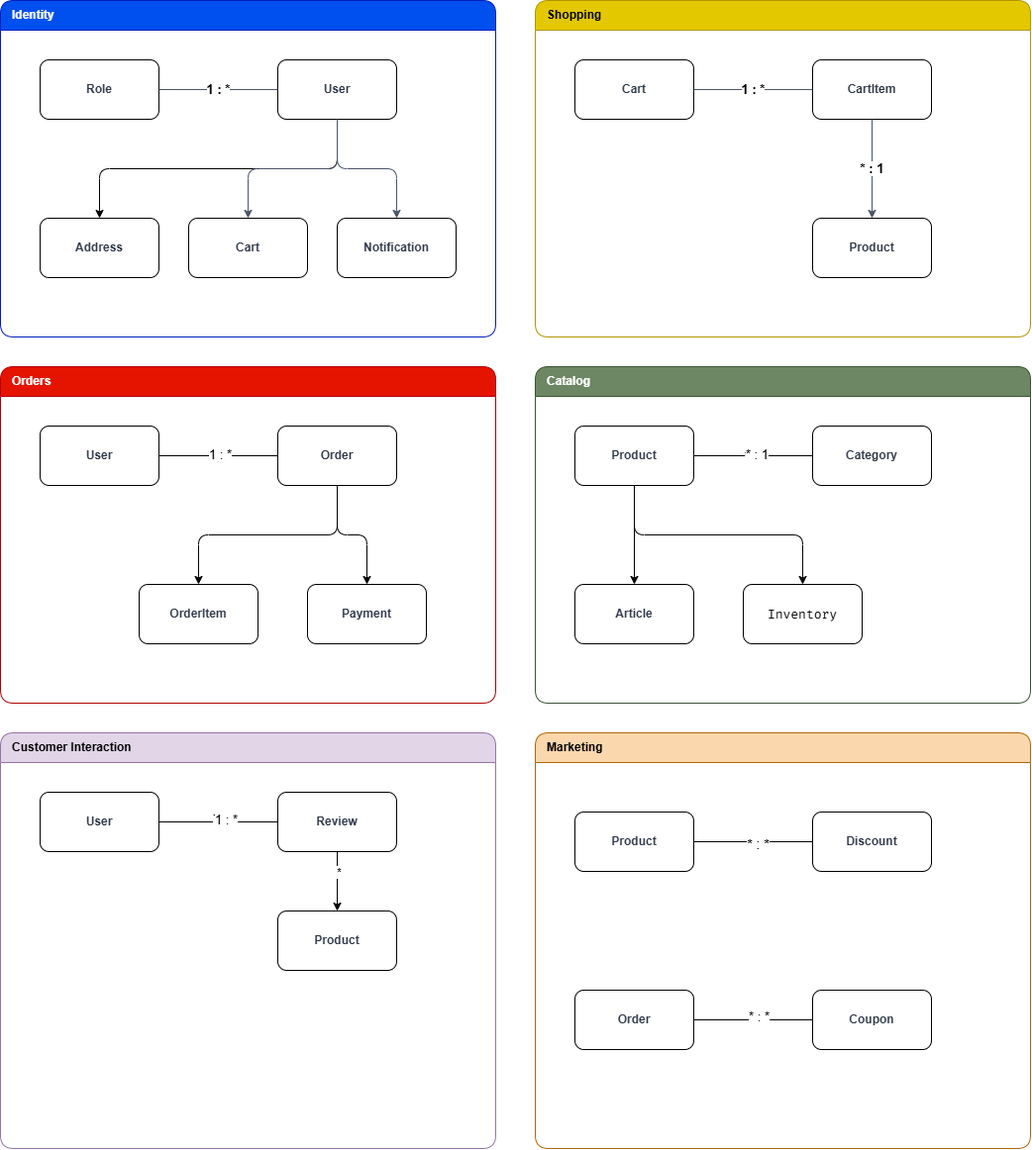
mahmoodCod/coffee-marketplace-api keeps this draw.io diagram as docs/domain/diagrams/domain-diagram.png. Above is the earlier version. Source tidied: cells renumbered, new cells last; positions are measured from the earlier drawing's top-left corner, leaving out a move shared by most shapes.
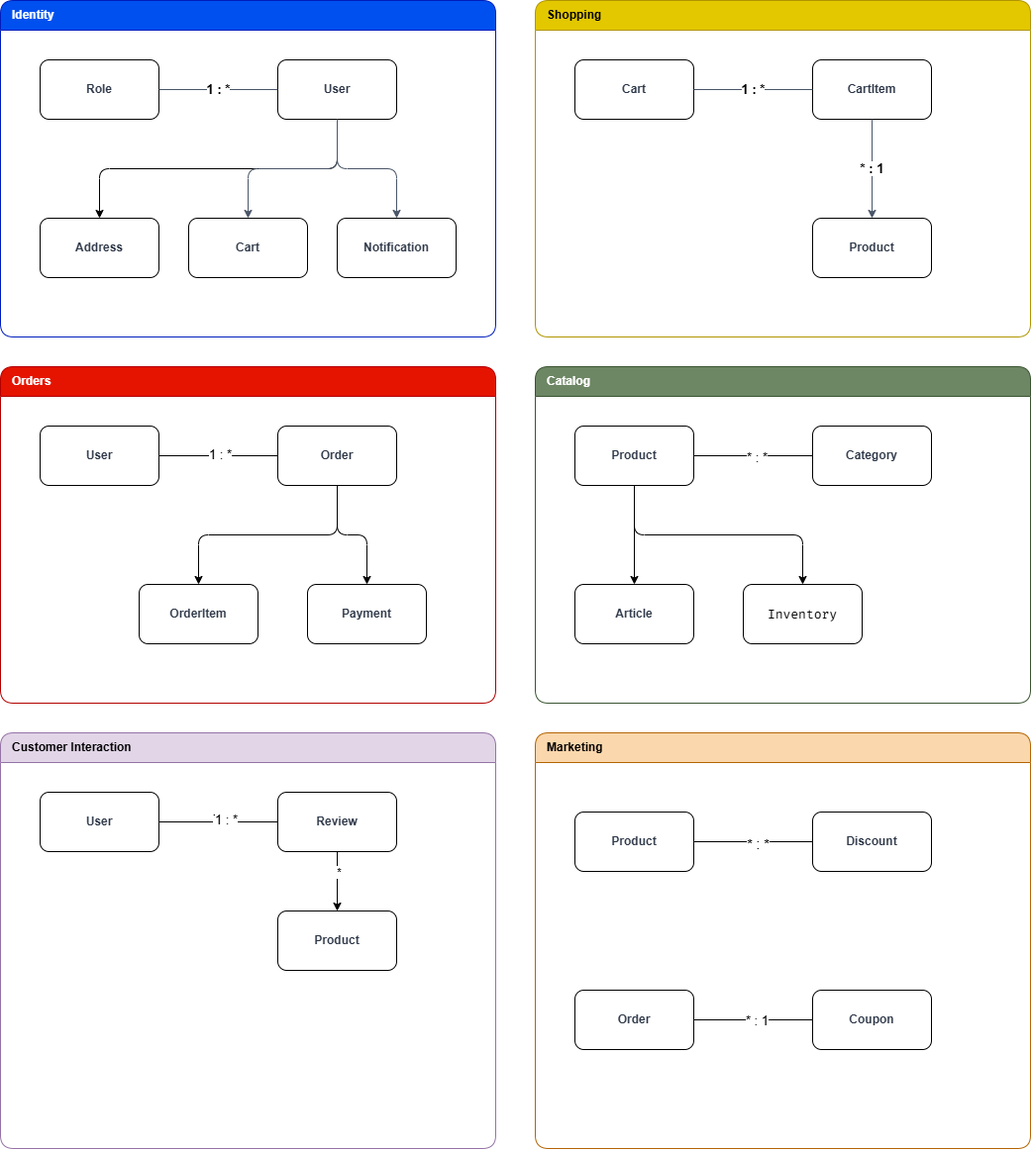
Later version of the same file.

Commit message:
docs(domain): fill missing relationships and allow multiple carts

Document Inventory, Article, and Coupon relationships so every catalogued
entity has an explicit association rule, and change User–Cart cardinality
to many carts to support active versus historical baskets.

Refresh the domain diagram to match the updated relationship model.

Diff of the diagram source:
```diff
@@ -74,12 +74,9 @@
     <mxCell id="25" style="edgeStyle=orthogonalEdgeStyle;rounded=0;jettySize=auto;html=1;exitX=1;exitY=0.5;exitDx=0;exitDy=0;entryX=0;entryY=0.5;entryDx=0;entryDy=0;endArrow=none;endFill=0;" parent="24" edge="1" source="30" target="31">
       <mxGeometry relative="1" as="geometry" />
     </mxCell>
-    <mxCell id="26" value="* : 1" style="edgeLabel;html=1;align=center;verticalAlign=middle;" parent="25" vertex="1">
-      <mxGeometry x="-0.01" y="1" relative="1" as="geometry" />
-    </mxCell>
-    <mxCell id="27" value="&lt;span style=&quot;font-size: 13px;&quot;&gt;* : 1&lt;/span&gt;" style="edgeLabel;html=1;align=center;verticalAlign=middle;" parent="25" vertex="1">
-      <mxGeometry x="0.06" y="2" relative="1" as="geometry" />
-    </mxCell>
+    <mxCell id="60" value="* : *" style="edgeLabel;html=1;align=center;verticalAlign=middle;fontSize=13;" parent="25" vertex="1">
+      <mxGeometry x="0.05" y="-1" relative="1" as="geometry" />
+    </mxCell>
     <mxCell id="28" style="edgeStyle=orthogonalEdgeStyle;rounded=0;jettySize=auto;html=1;exitX=0.5;exitY=1;exitDx=0;exitDy=0;entryX=0.5;entryY=0;entryDx=0;entryDy=0;" parent="24" edge="1" source="30" target="32">
       <mxGeometry relative="1" as="geometry" />
     </mxCell>
@@ -149,12 +146,9 @@
     <mxCell id="50" style="edgeStyle=orthogonalEdgeStyle;rounded=0;jettySize=auto;html=1;exitX=1;exitY=0.5;exitDx=0;exitDy=0;entryX=0;entryY=0.5;entryDx=0;entryDy=0;endArrow=none;endFill=0;" parent="44" edge="1" source="53" target="54">
       <mxGeometry relative="1" as="geometry" />
     </mxCell>
-    <mxCell id="51" value="* : *" style="edgeLabel;html=1;align=center;verticalAlign=middle;" parent="50" vertex="1">
-      <mxGeometry x="0.06" relative="1" as="geometry" />
-    </mxCell>
-    <mxCell id="52" value="&lt;font style=&quot;font-size: 13px;&quot;&gt;* : *&lt;/font&gt;" style="edgeLabel;html=1;align=center;verticalAlign=middle;" parent="50" vertex="1">
-      <mxGeometry x="0.1" y="4" relative="1" as="geometry" />
-    </mxCell>
+    <mxCell id="61" value="* : 1" style="edgeLabel;html=1;align=center;verticalAlign=middle;fontSize=13;" parent="50" vertex="1">
+      <mxGeometry x="0.05" relative="1" as="geometry" />
+    </mxCell>
     <mxCell id="53" value="Order" style="rounded=1;whiteSpace=wrap;html=1;fillColor=default;strokeColor=default;fontColor=#2D3748;fontStyle=1;" parent="44" vertex="1">
       <mxGeometry x="40" y="260" width="120" height="60" as="geometry" />
     </mxCell>
```
